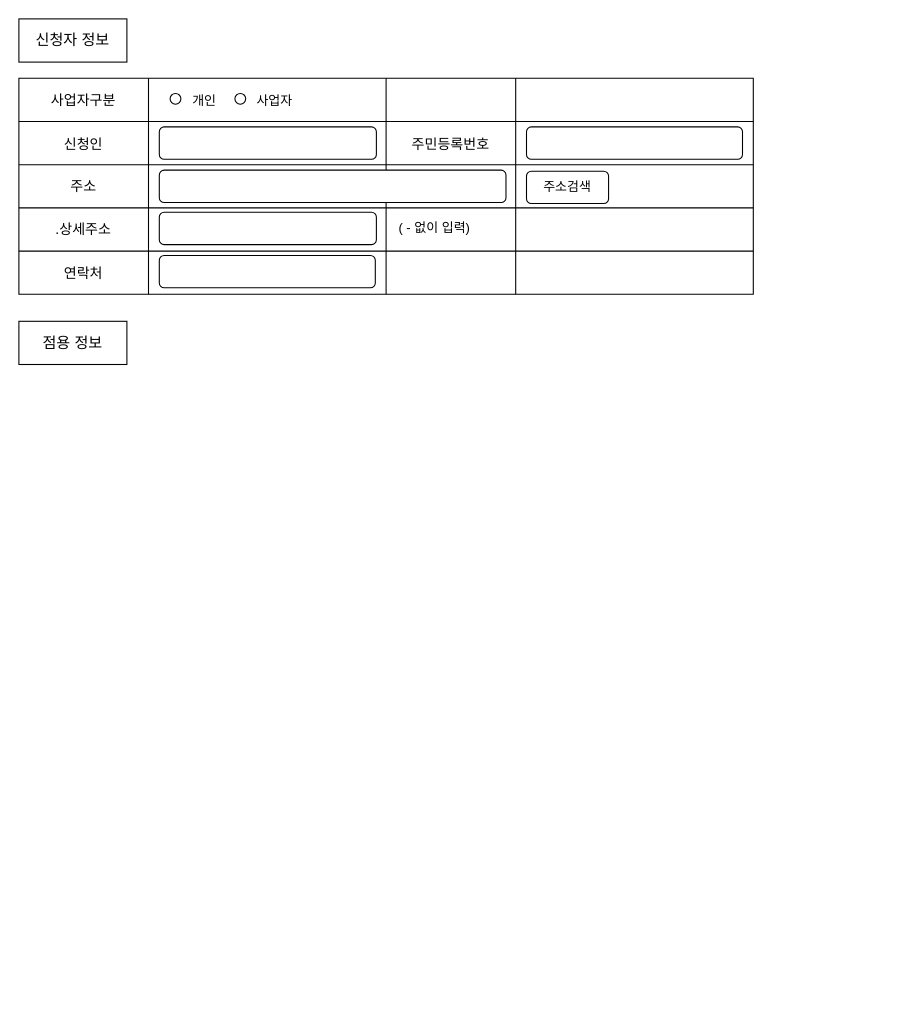
This is space/도로점용리뉴얼.drawio from nadale28/drawio, a draw.io file, before an edit. Source tidied: cells renumbered, new cells numbered last; positions are measured from the earlier drawing's top-left corner, leaving out a move shared by most shapes. Both pictures are drawn from the tidied source at 108%, with x=0, y=0 at pixel (18, 18).
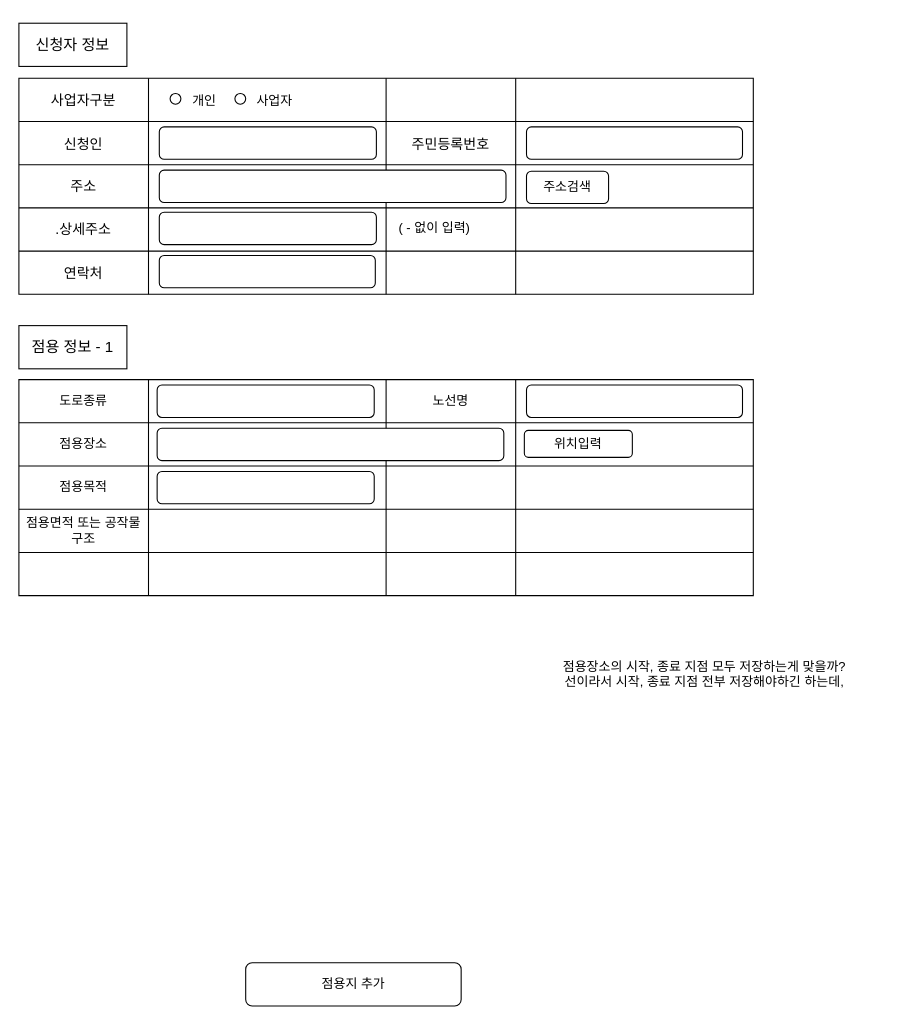
After the change.

Commit message:
도로점용리뉴얼.drawio 업데이트

The edit, as a diff of the source:
```diff
@@
     <mxCell id="2" value="신청자 정보" style="rounded=0;whiteSpace=wrap;html=1;fontSize=14;" parent="1" vertex="1">
-      <mxGeometry width="100" height="40" as="geometry" />
+      <mxGeometry y="4" width="100" height="40" as="geometry" />
     </mxCell>
@@
-    <mxCell id="40" value="점용 정보" style="rounded=0;whiteSpace=wrap;html=1;fontSize=14;" parent="1" vertex="1">
-      <mxGeometry y="280" width="100" height="40" as="geometry" />
+    <mxCell id="40" value="점용 정보 - 1" style="rounded=0;whiteSpace=wrap;html=1;fontSize=14;" parent="1" vertex="1">
+      <mxGeometry y="284" width="100" height="40" as="geometry" />
     </mxCell>
+    <mxCell id="41" style="shape=table;startSize=0;childLayout=tableLayout;fontSize=12;" parent="1" vertex="1">
+      <mxGeometry y="334" width="680" height="200" as="geometry" />
+    </mxCell>
+    <mxCell id="42" style="shape=tableRow;horizontal=0;startSize=0;swimlaneHead=0;swimlaneBody=0;strokeColor=inherit;top=0;left=0;bottom=0;right=0;fillColor=none;fontSize=16;" parent="41" vertex="1">
+      <mxGeometry width="680" height="40" as="geometry" />
+    </mxCell>
+    <mxCell id="43" value="도로종류" style="shape=partialRectangle;html=1;whiteSpace=wrap;strokeColor=inherit;overflow=hidden;fillColor=none;top=0;left=0;bottom=0;right=0;fontSize=12;" parent="42" vertex="1">
+      <mxGeometry width="120" height="40" as="geometry" />
+    </mxCell>
+    <mxCell id="44" style="shape=partialRectangle;html=1;whiteSpace=wrap;strokeColor=inherit;overflow=hidden;fillColor=none;top=0;left=0;bottom=0;right=0;fontSize=12;" parent="42" vertex="1">
+      <mxGeometry x="120" width="220" height="40" as="geometry" />
+    </mxCell>
+    <mxCell id="45" value="노선명" style="shape=partialRectangle;html=1;whiteSpace=wrap;strokeColor=inherit;overflow=hidden;fillColor=none;top=0;left=0;bottom=0;right=0;fontSize=12;" parent="42" vertex="1">
+      <mxGeometry x="340" width="120" height="40" as="geometry" />
+    </mxCell>
+    <mxCell id="46" style="shape=partialRectangle;html=1;whiteSpace=wrap;strokeColor=inherit;overflow=hidden;fillColor=none;top=0;left=0;bottom=0;right=0;fontSize=12;" parent="42" vertex="1">
+      <mxGeometry x="460" width="220" height="40" as="geometry" />
+    </mxCell>
+    <mxCell id="47" style="shape=tableRow;horizontal=0;startSize=0;swimlaneHead=0;swimlaneBody=0;strokeColor=inherit;top=0;left=0;bottom=0;right=0;fillColor=none;fontSize=16;" parent="41" vertex="1">
+      <mxGeometry y="40" width="680" height="40" as="geometry" />
+    </mxCell>
+    <mxCell id="48" value="점용장소" style="shape=partialRectangle;html=1;whiteSpace=wrap;strokeColor=inherit;overflow=hidden;fillColor=none;top=0;left=0;bottom=0;right=0;fontSize=12;" parent="47" vertex="1">
+      <mxGeometry width="120" height="40" as="geometry" />
+    </mxCell>
+    <mxCell id="49" style="shape=partialRectangle;html=1;whiteSpace=wrap;strokeColor=inherit;overflow=hidden;fillColor=none;top=0;left=0;bottom=0;right=0;fontSize=12;" parent="47" vertex="1">
+      <mxGeometry x="120" width="220" height="40" as="geometry" />
+    </mxCell>
+    <mxCell id="50" style="shape=partialRectangle;html=1;whiteSpace=wrap;strokeColor=inherit;overflow=hidden;fillColor=none;top=0;left=0;bottom=0;right=0;fontSize=12;" parent="47" vertex="1">
+      <mxGeometry x="340" width="120" height="40" as="geometry" />
+    </mxCell>
+    <mxCell id="51" style="shape=partialRectangle;html=1;whiteSpace=wrap;strokeColor=inherit;overflow=hidden;fillColor=none;top=0;left=0;bottom=0;right=0;fontSize=12;" parent="47" vertex="1">
+      <mxGeometry x="460" width="220" height="40" as="geometry" />
+    </mxCell>
+    <mxCell id="52" style="shape=tableRow;horizontal=0;startSize=0;swimlaneHead=0;swimlaneBody=0;strokeColor=inherit;top=0;left=0;bottom=0;right=0;fillColor=none;fontSize=16;" parent="41" vertex="1">
+      <mxGeometry y="80" width="680" height="40" as="geometry" />
+    </mxCell>
+    <mxCell id="53" value="점용목적" style="shape=partialRectangle;html=1;whiteSpace=wrap;strokeColor=inherit;overflow=hidden;fillColor=none;top=0;left=0;bottom=0;right=0;fontSize=12;" parent="52" vertex="1">
+      <mxGeometry width="120" height="40" as="geometry" />
+    </mxCell>
+    <mxCell id="54" style="shape=partialRectangle;html=1;whiteSpace=wrap;strokeColor=inherit;overflow=hidden;fillColor=none;top=0;left=0;bottom=0;right=0;fontSize=12;" parent="52" vertex="1">
+      <mxGeometry x="120" width="220" height="40" as="geometry" />
+    </mxCell>
+    <mxCell id="55" style="shape=partialRectangle;html=1;whiteSpace=wrap;strokeColor=inherit;overflow=hidden;fillColor=none;top=0;left=0;bottom=0;right=0;fontSize=12;" parent="52" vertex="1">
+      <mxGeometry x="340" width="120" height="40" as="geometry" />
+    </mxCell>
+    <mxCell id="56" style="shape=partialRectangle;html=1;whiteSpace=wrap;strokeColor=inherit;overflow=hidden;fillColor=none;top=0;left=0;bottom=0;right=0;fontSize=12;" parent="52" vertex="1">
+      <mxGeometry x="460" width="220" height="40" as="geometry" />
+    </mxCell>
+    <mxCell id="57" style="shape=tableRow;horizontal=0;startSize=0;swimlaneHead=0;swimlaneBody=0;strokeColor=inherit;top=0;left=0;bottom=0;right=0;fillColor=none;fontSize=16;" parent="41" vertex="1">
+      <mxGeometry y="120" width="680" height="40" as="geometry" />
+    </mxCell>
+    <mxCell id="58" value="점용면적 또는 공작물 구조" style="shape=partialRectangle;html=1;whiteSpace=wrap;strokeColor=inherit;overflow=hidden;fillColor=none;top=0;left=0;bottom=0;right=0;fontSize=12;" parent="57" vertex="1">
+      <mxGeometry width="120" height="40" as="geometry" />
+    </mxCell>
+    <mxCell id="59" style="shape=partialRectangle;html=1;whiteSpace=wrap;strokeColor=inherit;overflow=hidden;fillColor=none;top=0;left=0;bottom=0;right=0;fontSize=12;" parent="57" vertex="1">
+      <mxGeometry x="120" width="220" height="40" as="geometry" />
+    </mxCell>
+    <mxCell id="60" style="shape=partialRectangle;html=1;whiteSpace=wrap;strokeColor=inherit;overflow=hidden;fillColor=none;top=0;left=0;bottom=0;right=0;fontSize=12;" parent="57" vertex="1">
+      <mxGeometry x="340" width="120" height="40" as="geometry" />
+    </mxCell>
+    <mxCell id="61" style="shape=partialRectangle;html=1;whiteSpace=wrap;strokeColor=inherit;overflow=hidden;fillColor=none;top=0;left=0;bottom=0;right=0;fontSize=12;" parent="57" vertex="1">
+      <mxGeometry x="460" width="220" height="40" as="geometry" />
+    </mxCell>
+    <mxCell id="62" style="shape=tableRow;horizontal=0;startSize=0;swimlaneHead=0;swimlaneBody=0;strokeColor=inherit;top=0;left=0;bottom=0;right=0;fillColor=none;fontSize=16;" parent="41" vertex="1">
+      <mxGeometry y="160" width="680" height="40" as="geometry" />
+    </mxCell>
+    <mxCell id="63" style="shape=partialRectangle;html=1;whiteSpace=wrap;strokeColor=inherit;overflow=hidden;fillColor=none;top=0;left=0;bottom=0;right=0;fontSize=12;" parent="62" vertex="1">
+      <mxGeometry width="120" height="40" as="geometry" />
+    </mxCell>
+    <mxCell id="64" style="shape=partialRectangle;html=1;whiteSpace=wrap;strokeColor=inherit;overflow=hidden;fillColor=none;top=0;left=0;bottom=0;right=0;fontSize=12;" parent="62" vertex="1">
+      <mxGeometry x="120" width="220" height="40" as="geometry" />
+    </mxCell>
+    <mxCell id="65" style="shape=partialRectangle;html=1;whiteSpace=wrap;strokeColor=inherit;overflow=hidden;fillColor=none;top=0;left=0;bottom=0;right=0;fontSize=12;" parent="62" vertex="1">
+      <mxGeometry x="340" width="120" height="40" as="geometry" />
+    </mxCell>
+    <mxCell id="66" style="shape=partialRectangle;html=1;whiteSpace=wrap;strokeColor=inherit;overflow=hidden;fillColor=none;top=0;left=0;bottom=0;right=0;fontSize=12;" parent="62" vertex="1">
+      <mxGeometry x="460" width="220" height="40" as="geometry" />
+    </mxCell>
+    <mxCell id="67" value="&lt;div&gt;&lt;br&gt;&lt;/div&gt;" style="rounded=1;whiteSpace=wrap;html=1;" parent="1" vertex="1">
+      <mxGeometry x="128" y="339" width="201" height="30" as="geometry" />
+    </mxCell>
+    <mxCell id="68" value="&lt;div&gt;&lt;br&gt;&lt;/div&gt;" style="rounded=1;whiteSpace=wrap;html=1;" parent="1" vertex="1">
+      <mxGeometry x="470" y="339" width="200" height="30" as="geometry" />
+    </mxCell>
+    <mxCell id="69" value="점용지 추가" style="rounded=1;whiteSpace=wrap;html=1;" parent="1" vertex="1">
+      <mxGeometry x="210" y="874" width="199.5" height="40" as="geometry" />
+    </mxCell>
+    <mxCell id="70" value="&lt;div&gt;&lt;br&gt;&lt;/div&gt;" style="rounded=1;whiteSpace=wrap;html=1;" parent="1" vertex="1">
+      <mxGeometry x="128" y="379" width="321" height="30" as="geometry" />
+    </mxCell>
+    <mxCell id="71" value="&lt;div&gt;&lt;br&gt;&lt;/div&gt;" style="rounded=1;whiteSpace=wrap;html=1;" parent="1" vertex="1">
+      <mxGeometry x="128" y="419" width="201" height="30" as="geometry" />
+    </mxCell>
+    <mxCell id="72" value="위치입력" style="rounded=1;whiteSpace=wrap;html=1;" parent="1" vertex="1">
+      <mxGeometry x="468" y="381" width="100" height="25" as="geometry" />
+    </mxCell>
+    <mxCell id="73" value="점용장소의 시작, 종료 지점 모두 저장하는게 맞을까?&lt;div&gt;선이라서 시작, 종료 지점 전부 저장해야하긴 하는데,&lt;/div&gt;&lt;div&gt;&lt;br&gt;&lt;/div&gt;" style="text;html=1;align=center;verticalAlign=middle;whiteSpace=wrap;rounded=0;" parent="1" vertex="1">
+      <mxGeometry x="470" y="574" width="330" height="80" as="geometry" />
+    </mxCell>
```
